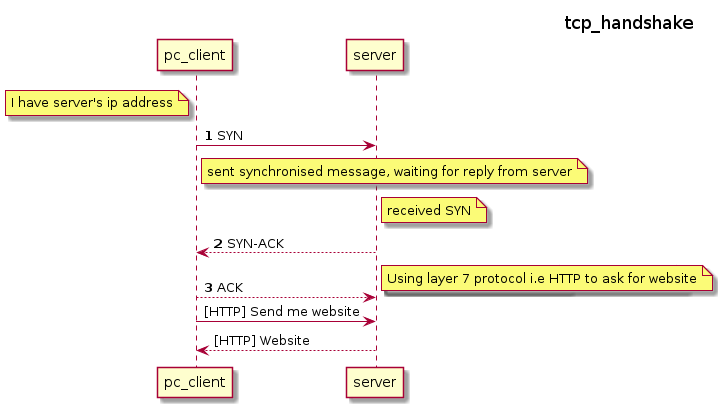
rOY369/study keeps this PlantUML diagram as networking/pluralsight_networking_concepts_protocols/pictures/tcp_handshake.png. Above is the earlier version. Its diagram source:
```plantuml
@startuml
title tcp_handshake


participant pc_client
participant server

autonumber

note left of pc_client: I have server's ip address

pc_client -> server: SYN

note right of pc_client: sent synchronised message, waiting for reply from server

note right of server: received SYN

server --> pc_client: SYN-ACK

pc_client --> server: ACK

note right: Connection Established b/w client and server
note right: Layer 4 protocol complete

autonumber stop

note right: Using layer 7 protocol i.e HTTP to ask for website

pc_client -> server: [HTTP] Send me website
server --> pc_client: [HTTP] Website


@enduml
```
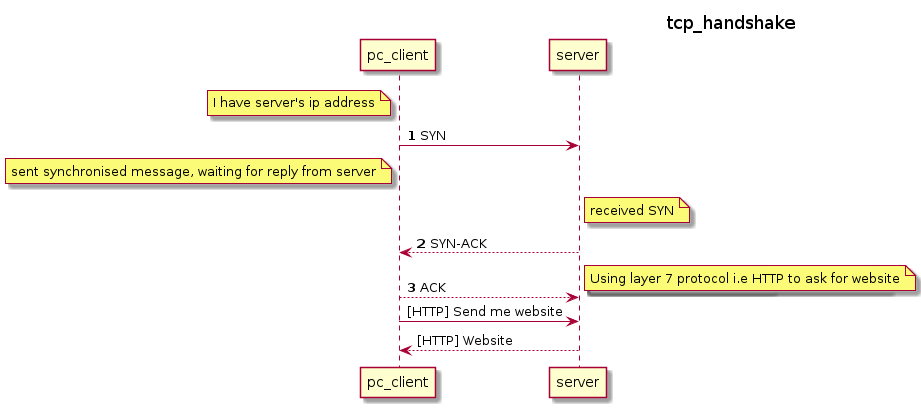
The same file after the commit.

Commit message:
changed sequence diagram slightly

Change to the diagram source:
```diff
@@ -11,7 +11,7 @@
 
 pc_client -> server: SYN
 
-note right of pc_client: sent synchronised message, waiting for reply from server
+note left of pc_client: sent synchronised message, waiting for reply from server
 
 note right of server: received SYN
 
```
